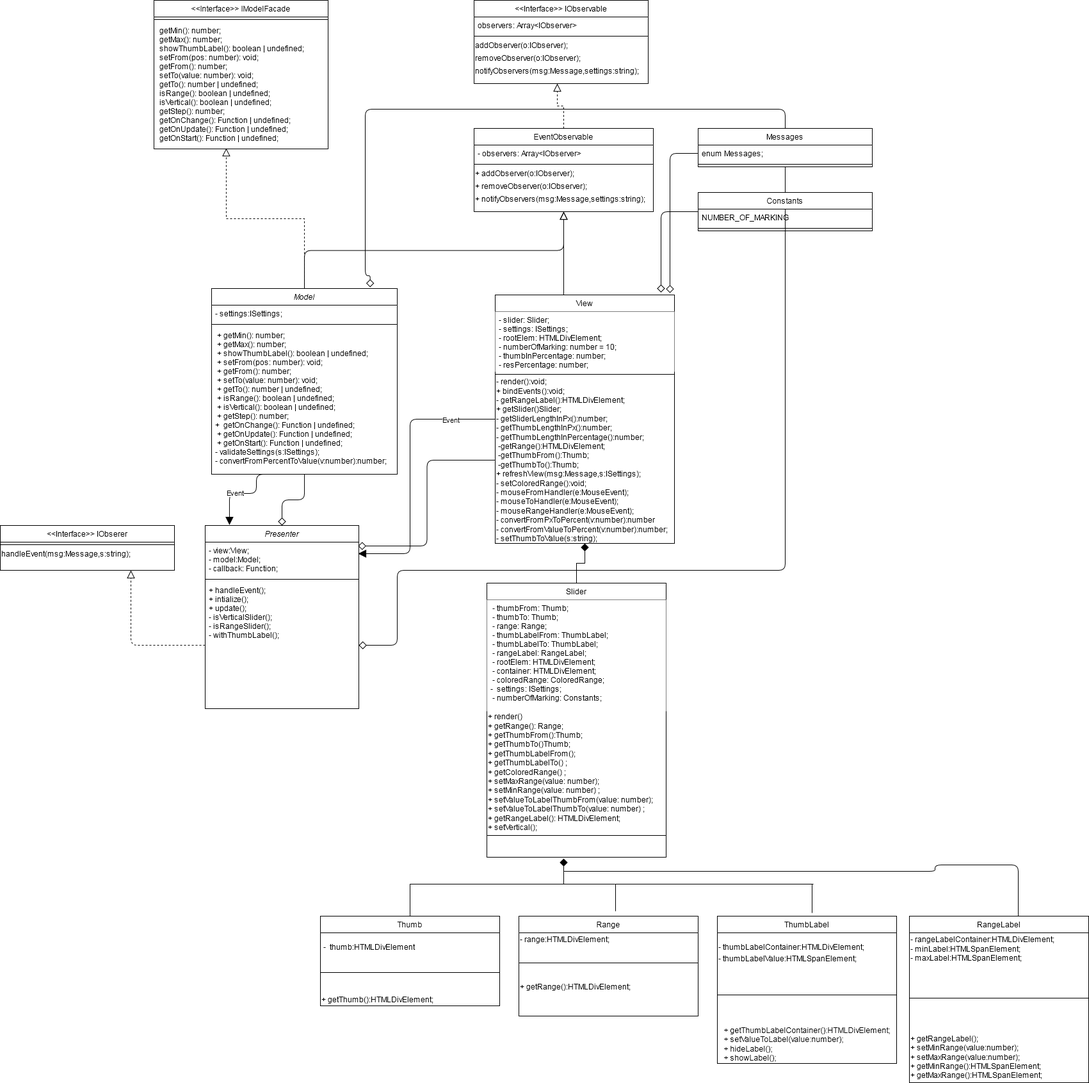
Above: docs/FSDCourse4UMLDiagram.png in mvodev/FSDCourse4 (draw.io), before the change. Source tidied: cells renumbered, new cells last; positions are measured from the earlier drawing's top-left corner, leaving out a move shared by most shapes.
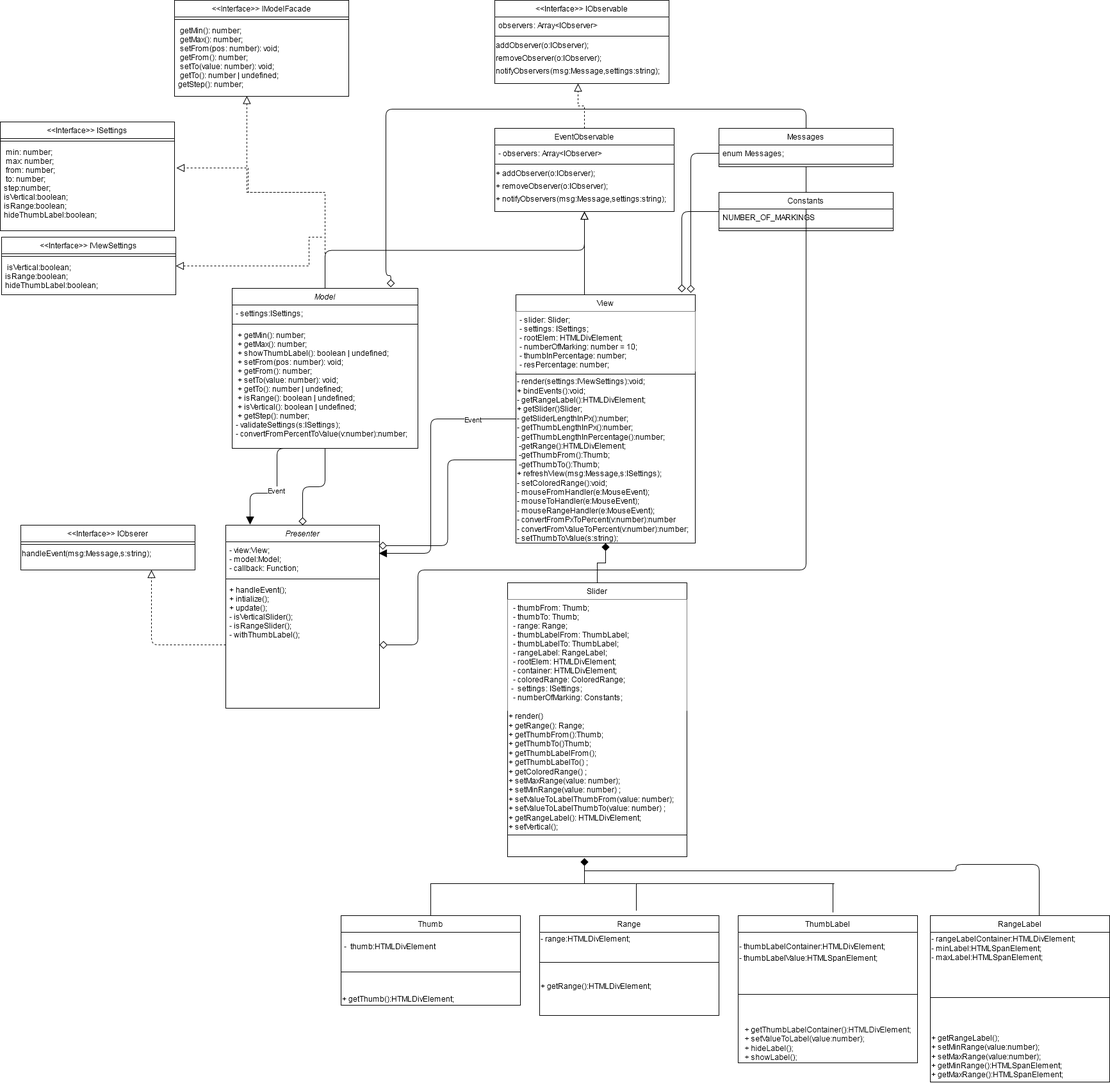
Above is the later version.

Commit message:
into UML diagram of classes added interface IViewSettings

What changed in the source:
```diff
@@ -8,10 +8,10 @@
     <mxCell id="3" style="edgeStyle=orthogonalEdgeStyle;rounded=1;jettySize=auto;html=1;endArrow=diamond;endFill=0;endSize=10;strokeWidth=1;" parent="1" edge="1" source="6" target="34">
       <mxGeometry relative="1" as="geometry" />
     </mxCell>
-    <mxCell id="4" style="edgeStyle=orthogonalEdgeStyle;rounded=1;jettySize=auto;html=1;entryX=0.158;entryY=-0.003;entryDx=0;entryDy=0;entryPerimeter=0;endArrow=block;endFill=1;endSize=10;strokeWidth=1;" parent="1" edge="1" target="34">
+    <mxCell id="4" style="edgeStyle=orthogonalEdgeStyle;rounded=1;jettySize=auto;html=1;entryX=0.158;entryY=-0.003;entryDx=0;entryDy=0;entryPerimeter=0;endArrow=block;endFill=1;endSize=10;strokeWidth=1;exitX=0.5;exitY=1;exitDx=0;exitDy=0;" parent="1" edge="1" source="6" target="34">
       <mxGeometry relative="1" as="geometry">
-        <mxPoint x="420" y="740" as="sourcePoint" />
         <Array as="points">
+          <mxPoint x="400" y="700" />
           <mxPoint x="400" y="770" />
           <mxPoint x="358" y="770" />
         </Array>
@@ -21,7 +21,7 @@
       <mxGeometry x="0.18" y="-2" relative="1" as="geometry" />
     </mxCell>
     <mxCell id="6" value="Model" style="swimlane;fontStyle=2;align=center;verticalAlign=top;horizontal=1;startSize=26;rounded=0;shadow=0;strokeWidth=1;" parent="1" vertex="1">
-      <mxGeometry x="330" y="450" width="290" height="290" as="geometry" />
+      <mxGeometry x="330" y="450" width="290" height="250" as="geometry" />
     </mxCell>
     <mxCell id="7" value="- settings:ISettings;" style="text;align=left;verticalAlign=top;spacingLeft=4;spacingRight=4;overflow=hidden;" parent="6" vertex="1">
       <mxGeometry y="26" width="290" height="26" as="geometry" />
@@ -29,8 +29,8 @@
     <mxCell id="8" style="line;html=1;strokeWidth=1;align=left;verticalAlign=middle;spacingTop=-1;spacingLeft=3;spacingRight=3;labelPosition=right;" parent="6" vertex="1">
       <mxGeometry y="52" width="290" height="8" as="geometry" />
     </mxCell>
-    <mxCell id="9" value=" + getMin(): number;&#10; + getMax(): number;&#10; + showThumbLabel(): boolean | undefined;&#10; + setFrom(pos: number): void;&#10; + getFrom(): number;&#10; + setTo(value: number): void;&#10; + getTo(): number | undefined;&#10; + isRange(): boolean | undefined;&#10; + isVertical(): boolean | undefined;&#10; + getStep(): number;&#10;+  getOnChange(): Function | undefined;&#10; + getOnUpdate(): Function | undefined;&#10; + getOnStart(): Function | undefined;&#10;- validateSettings(s:ISettings);&#10;- convertFromPercentToValue(v:number):number;&#10;" style="text;align=left;verticalAlign=top;spacingLeft=4;spacingRight=4;overflow=hidden;" parent="6" vertex="1">
-      <mxGeometry y="60" width="290" height="220" as="geometry" />
+    <mxCell id="9" value=" + getMin(): number;&#10; + getMax(): number;&#10; + showThumbLabel(): boolean | undefined;&#10; + setFrom(pos: number): void;&#10; + getFrom(): number;&#10; + setTo(value: number): void;&#10; + getTo(): number | undefined;&#10; + isRange(): boolean | undefined;&#10; + isVertical(): boolean | undefined;&#10; + getStep(): number;&#10;- validateSettings(s:ISettings);&#10;- convertFromPercentToValue(v:number):number;&#10;" style="text;align=left;verticalAlign=top;spacingLeft=4;spacingRight=4;overflow=hidden;" parent="6" vertex="1">
+      <mxGeometry y="60" width="290" height="190" as="geometry" />
     </mxCell>
     <mxCell id="10" style="edgeStyle=orthogonalEdgeStyle;rounded=1;jettySize=auto;html=1;entryX=0.996;entryY=0.333;entryDx=0;entryDy=0;entryPerimeter=0;endArrow=block;endFill=1;endSize=10;strokeWidth=1;" parent="1" edge="1" source="12" target="35">
       <mxGeometry relative="1" as="geometry">
@@ -52,7 +52,7 @@
     <mxCell id="14" style="line;html=1;strokeWidth=1;align=left;verticalAlign=middle;spacingTop=-1;spacingLeft=3;spacingRight=3;labelPosition=right;" parent="12" vertex="1">
       <mxGeometry y="120" width="280" height="8" as="geometry" />
     </mxCell>
-    <mxCell id="15" value="&lt;div align=&quot;left&quot;&gt;- render():void;&lt;/div&gt;&lt;div align=&quot;left&quot;&gt;+ bindEvents():void;&lt;/div&gt;&lt;div&gt;- getRangeLabel():HTMLDivElement;&lt;/div&gt;&lt;div&gt;+ getSlider()Slider;&lt;/div&gt;&lt;div&gt;- getSliderLengthInPx():number;&lt;/div&gt;&lt;div&gt;- getThumbLengthInPx():number;&lt;/div&gt;&lt;div&gt;- getThumbLengthInPercentage():number;&lt;/div&gt;&lt;div&gt;&amp;nbsp;-getRange():HTMLDivElement;&lt;br&gt;&lt;/div&gt;&lt;div&gt;&amp;nbsp;-getThumbFrom():Thumb;&lt;/div&gt;&lt;div&gt;&amp;nbsp;-getThumbTo():Thumb;&lt;/div&gt;&lt;div&gt;+ refreshView(msg:Message,s:ISettings);&lt;/div&gt;&lt;div&gt;- setColoredRange():void;&lt;/div&gt;&lt;div&gt;- mouseFromHandler(e:MouseEvent);&lt;/div&gt;&lt;div&gt;- mouseToHandler(e:MouseEvent);&lt;/div&gt;&lt;div&gt;- mouseRangeHandler(e:MouseEvent);&lt;/div&gt;&lt;div&gt;- convertFromPxToPercent(v:number):number&lt;/div&gt;&lt;div&gt;- convertFromValueToPercent(v:number):number;&lt;/div&gt;&lt;div&gt;- setThumbToValue(s:string);&lt;br&gt;&lt;/div&gt;" style="text;html=1;align=left;verticalAlign=middle;points=[];" parent="12" vertex="1">
+    <mxCell id="15" value="&lt;div align=&quot;left&quot;&gt;- render(settings:IViewSettings):void;&lt;/div&gt;&lt;div align=&quot;left&quot;&gt;+ bindEvents():void;&lt;/div&gt;&lt;div&gt;- getRangeLabel():HTMLDivElement;&lt;/div&gt;&lt;div&gt;+ getSlider()Slider;&lt;/div&gt;&lt;div&gt;- getSliderLengthInPx():number;&lt;/div&gt;&lt;div&gt;- getThumbLengthInPx():number;&lt;/div&gt;&lt;div&gt;- getThumbLengthInPercentage():number;&lt;/div&gt;&lt;div&gt;&amp;nbsp;-getRange():HTMLDivElement;&lt;br&gt;&lt;/div&gt;&lt;div&gt;&amp;nbsp;-getThumbFrom():Thumb;&lt;/div&gt;&lt;div&gt;&amp;nbsp;-getThumbTo():Thumb;&lt;/div&gt;&lt;div&gt;+ refreshView(msg:Message,s:ISettings);&lt;/div&gt;&lt;div&gt;- setColoredRange():void;&lt;/div&gt;&lt;div&gt;- mouseFromHandler(e:MouseEvent);&lt;/div&gt;&lt;div&gt;- mouseToHandler(e:MouseEvent);&lt;/div&gt;&lt;div&gt;- mouseRangeHandler(e:MouseEvent);&lt;/div&gt;&lt;div&gt;- convertFromPxToPercent(v:number):number&lt;/div&gt;&lt;div&gt;- convertFromValueToPercent(v:number):number;&lt;/div&gt;&lt;div&gt;- setThumbToValue(s:string);&lt;br&gt;&lt;/div&gt;" style="text;html=1;align=left;verticalAlign=middle;points=[];" parent="12" vertex="1">
       <mxGeometry y="128" width="280" height="260" as="geometry" />
     </mxCell>
     <mxCell id="16" style="endArrow=block;endSize=10;endFill=0;shadow=0;strokeWidth=1;rounded=0;edgeStyle=elbowEdgeStyle;elbow=vertical;entryX=0.5;entryY=1;entryDx=0;entryDy=0;" parent="1" edge="1" source="12" target="18">
@@ -110,13 +110,13 @@
       <mxGeometry y="100" width="272" height="20" as="geometry" />
     </mxCell>
     <mxCell id="31" value="&lt;&lt;Interface&gt;&gt; IModelFacade&#10;" style="swimlane;fontStyle=0;align=center;verticalAlign=top;horizontal=1;startSize=26;rounded=0;shadow=0;strokeWidth=1;" parent="1" vertex="1">
-      <mxGeometry x="240" width="272" height="232" as="geometry" />
+      <mxGeometry x="240" width="272" height="150" as="geometry" />
     </mxCell>
     <mxCell id="32" style="line;html=1;strokeWidth=1;align=left;verticalAlign=middle;spacingTop=-1;spacingLeft=3;spacingRight=3;labelPosition=right;" parent="31" vertex="1">
       <mxGeometry y="26" width="272" height="8" as="geometry" />
     </mxCell>
-    <mxCell id="33" value=" getMin(): number;&#10; getMax(): number;&#10; showThumbLabel(): boolean | undefined;&#10; setFrom(pos: number): void;&#10; getFrom(): number;&#10; setTo(value: number): void;&#10; getTo(): number | undefined;&#10; isRange(): boolean | undefined;&#10; isVertical(): boolean | undefined;&#10; getStep(): number;&#10; getOnChange(): Function | undefined;&#10; getOnUpdate(): Function | undefined;&#10; getOnStart(): Function | undefined;" style="text;align=left;verticalAlign=top;spacingLeft=4;spacingRight=4;overflow=hidden;points=[[0,0.5],[1,0.5]];portConstraint=eastwest;" parent="31" vertex="1">
-      <mxGeometry y="34" width="272" height="198" as="geometry" />
+    <mxCell id="33" value=" getMin(): number;&#10; getMax(): number;&#10; setFrom(pos: number): void;&#10; getFrom(): number;&#10; setTo(value: number): void;&#10; getTo(): number | undefined;&#10;getStep(): number;" style="text;align=left;verticalAlign=top;spacingLeft=4;spacingRight=4;overflow=hidden;points=[[0,0.5],[1,0.5]];portConstraint=eastwest;" parent="31" vertex="1">
+      <mxGeometry y="34" width="272" height="116" as="geometry" />
     </mxCell>
     <mxCell id="34" value="Presenter" style="swimlane;fontStyle=2;align=center;verticalAlign=top;horizontal=1;startSize=26;rounded=0;shadow=0;strokeWidth=1;" parent="1" vertex="1">
       <mxGeometry x="320" y="820" width="240" height="286" as="geometry" />
@@ -274,7 +274,7 @@
     <mxCell id="73" value="Constants" style="swimlane;fontStyle=0;align=center;verticalAlign=top;horizontal=1;startSize=26;rounded=0;shadow=0;strokeWidth=1;" parent="1" vertex="1">
       <mxGeometry x="1090" y="300" width="272" height="60" as="geometry" />
     </mxCell>
-    <mxCell id="74" value="NUMBER_OF_MARKING" style="text;align=left;verticalAlign=top;spacingLeft=4;spacingRight=4;overflow=hidden;" parent="73" vertex="1">
+    <mxCell id="74" value="NUMBER_OF_MARKINGS" style="text;align=left;verticalAlign=top;spacingLeft=4;spacingRight=4;overflow=hidden;" parent="73" vertex="1">
       <mxGeometry y="26" width="272" height="26" as="geometry" />
     </mxCell>
     <mxCell id="75" style="line;html=1;strokeWidth=1;align=left;verticalAlign=middle;spacingTop=-1;spacingLeft=3;spacingRight=3;labelPosition=right;" parent="73" vertex="1">
@@ -295,5 +295,37 @@
     <mxCell id="80" style="edgeStyle=orthogonalEdgeStyle;rounded=1;jettySize=auto;html=1;entryX=0.75;entryY=1;entryDx=0;entryDy=0;endArrow=block;endFill=0;endSize=10;strokeWidth=1;dashed=1;" parent="1" edge="1" source="37" target="77">
       <mxGeometry relative="1" as="geometry" />
     </mxCell>
+    <mxCell id="81" value="&lt;&lt;Interface&gt;&gt; ISettings&#10;" style="swimlane;fontStyle=0;align=center;verticalAlign=top;horizontal=1;startSize=26;rounded=0;shadow=0;strokeWidth=1;" parent="1" vertex="1">
+      <mxGeometry x="-32" y="190" width="272" height="170" as="geometry" />
+    </mxCell>
+    <mxCell id="82" style="line;html=1;strokeWidth=1;align=left;verticalAlign=middle;spacingTop=-1;spacingLeft=3;spacingRight=3;labelPosition=right;" parent="81" vertex="1">
+      <mxGeometry y="26" width="272" height="8" as="geometry" />
+    </mxCell>
+    <mxCell id="83" value=" min: number;&#10; max: number;&#10; from: number;&#10; to: number;&#10;step:number;&#10;isVertical:boolean;&#10;isRange:boolean;&#10;hideThumbLabel:boolean;&#10;" style="text;align=left;verticalAlign=top;spacingLeft=4;spacingRight=4;overflow=hidden;points=[[0,0.5],[1,0.5]];portConstraint=eastwest;" parent="81" vertex="1">
+      <mxGeometry y="34" width="272" height="136" as="geometry" />
+    </mxCell>
+    <mxCell id="84" value="&lt;&lt;Interface&gt;&gt; IViewSettings&#10;" style="swimlane;fontStyle=0;align=center;verticalAlign=top;horizontal=1;startSize=26;rounded=0;shadow=0;strokeWidth=1;" parent="1" vertex="1">
+      <mxGeometry x="-30" y="370" width="272" height="90" as="geometry" />
+    </mxCell>
+    <mxCell id="85" style="line;html=1;strokeWidth=1;align=left;verticalAlign=middle;spacingTop=-1;spacingLeft=3;spacingRight=3;labelPosition=right;" parent="84" vertex="1">
+      <mxGeometry y="26" width="272" height="8" as="geometry" />
+    </mxCell>
+    <mxCell id="86" value=" isVertical:boolean;&#10;isRange:boolean;&#10;hideThumbLabel:boolean;&#10;" style="text;align=left;verticalAlign=top;spacingLeft=4;spacingRight=4;overflow=hidden;points=[[0,0.5],[1,0.5]];portConstraint=eastwest;" parent="84" vertex="1">
+      <mxGeometry y="34" width="272" height="56" as="geometry" />
+    </mxCell>
+    <mxCell id="87" style="edgeStyle=orthogonalEdgeStyle;rounded=0;jettySize=auto;html=1;entryX=1.011;entryY=0.279;entryDx=0;entryDy=0;entryPerimeter=0;dashed=1;endArrow=block;endFill=0;endSize=10;strokeWidth=1;" parent="1" edge="1" target="83">
+      <mxGeometry relative="1" as="geometry">
+        <mxPoint x="470" y="300" as="sourcePoint" />
+      </mxGeometry>
+    </mxCell>
+    <mxCell id="88" style="edgeStyle=orthogonalEdgeStyle;rounded=0;jettySize=auto;html=1;entryX=1;entryY=0.196;entryDx=0;entryDy=0;entryPerimeter=0;dashed=1;endArrow=block;endFill=0;endSize=10;strokeWidth=1;" parent="1" edge="1" target="86">
+      <mxGeometry relative="1" as="geometry">
+        <mxPoint x="470" y="370" as="sourcePoint" />
+        <Array as="points">
+          <mxPoint x="450" y="370" />
+          <mxPoint x="450" y="415" />
+        </Array>
+      </mxGeometry>
+    </mxCell>
   </root>
 </mxGraphModel>
```
